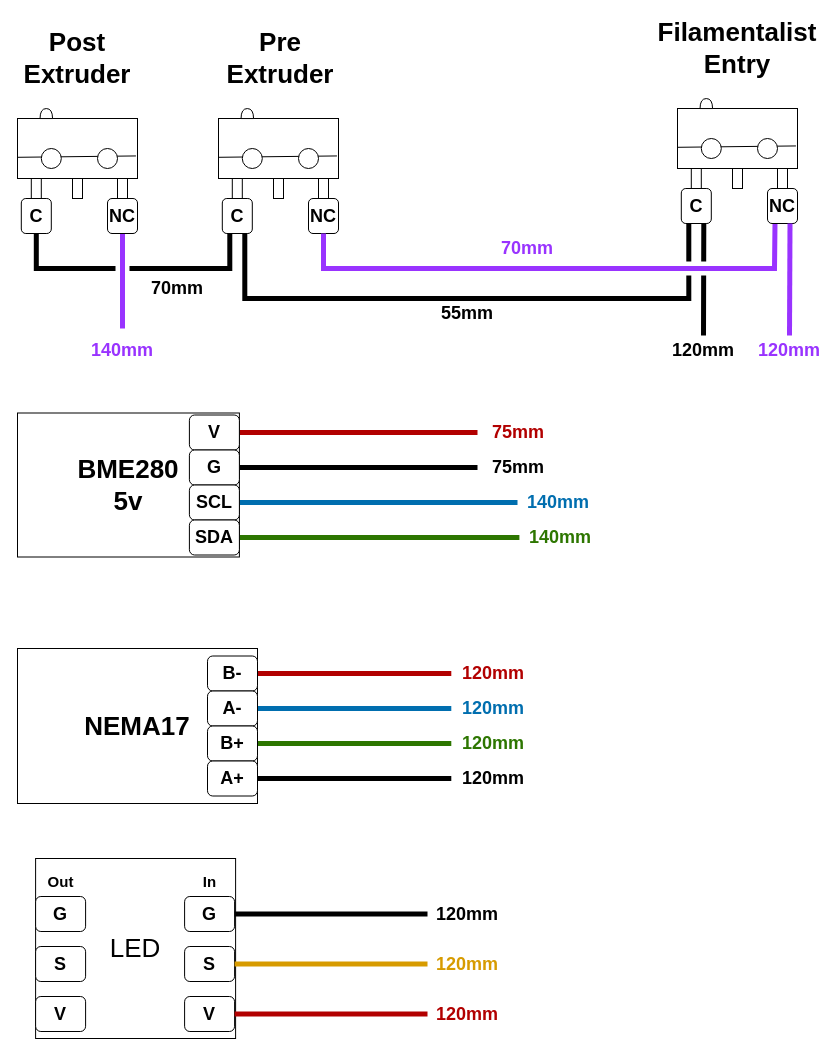
DW-Tas/EMU keeps this draw.io diagram as docs/assets/wiring_diagrams/EMU DIY Hatch wiring dimensions.drawio. Above is the earlier version. Source tidied: cells renumbered, new cells numbered last; positions are measured from the earlier drawing's top-left corner, leaving out a move shared by most shapes. Both pictures are drawn from the tidied source at 100%, with x=0, y=0 at pixel (17, 18).
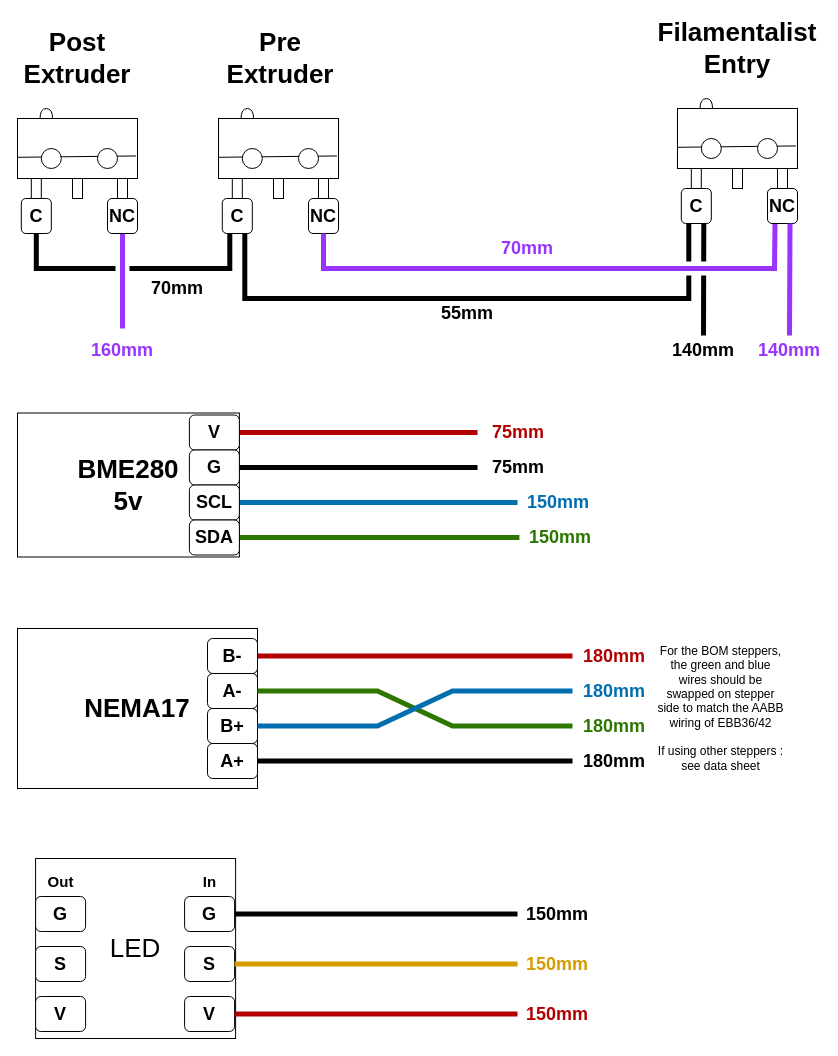
The same page after the edit.

Commit message (it also covers changes not shown here):
Wiring dimensions - Update motor wiring

The edit, as a diff of the source:
```diff
@@
-    <mxCell id="13" value="140mm" style="text;html=1;whiteSpace=wrap;strokeColor=none;fillColor=none;align=center;verticalAlign=middle;rounded=0;fontColor=light-dark(#006eaf, #ededed);fontSize=18;fontStyle=1;spacing=2;spacingLeft=0;" parent="1" vertex="1">
+    <mxCell id="13" value="150mm" style="text;html=1;whiteSpace=wrap;strokeColor=none;fillColor=none;align=center;verticalAlign=middle;rounded=0;fontColor=light-dark(#006eaf, #ededed);fontSize=18;fontStyle=1;spacing=2;spacingLeft=0;" parent="1" vertex="1">
       <mxGeometry x="500" y="469" width="81.9" height="30" as="geometry" />
     </mxCell>
-    <mxCell id="14" value="140mm" style="text;html=1;whiteSpace=wrap;strokeColor=none;fillColor=none;align=center;verticalAlign=middle;rounded=0;fontColor=light-dark(#2d7600, #ededed);fontSize=18;fontStyle=1;spacing=2;spacingLeft=0;" parent="1" vertex="1">
+    <mxCell id="14" value="150mm" style="text;html=1;whiteSpace=wrap;strokeColor=none;fillColor=none;align=center;verticalAlign=middle;rounded=0;fontColor=light-dark(#2d7600, #ededed);fontSize=18;fontStyle=1;spacing=2;spacingLeft=0;" parent="1" vertex="1">
       <mxGeometry x="501.9" y="504" width="81.9" height="30" as="geometry" />
     </mxCell>
@@
-    <mxCell id="57" value="120mm" style="text;html=1;whiteSpace=wrap;align=center;verticalAlign=middle;rounded=0;fontColor=#9933FF;fontSize=18;fontStyle=1;" parent="1" vertex="1">
+    <mxCell id="57" value="140mm" style="text;html=1;whiteSpace=wrap;align=center;verticalAlign=middle;rounded=0;fontColor=#9933FF;fontSize=18;fontStyle=1;" parent="1" vertex="1">
       <mxGeometry x="742" y="317" width="60" height="30" as="geometry" />
     </mxCell>
-    <mxCell id="58" value="140mm" style="text;html=1;whiteSpace=wrap;align=center;verticalAlign=middle;rounded=0;fontColor=#9933FF;fontSize=18;fontStyle=1;" parent="1" vertex="1">
+    <mxCell id="58" value="160mm" style="text;html=1;whiteSpace=wrap;align=center;verticalAlign=middle;rounded=0;fontColor=#9933FF;fontSize=18;fontStyle=1;" parent="1" vertex="1">
       <mxGeometry x="75" y="317" width="60" height="30" as="geometry" />
     </mxCell>
@@
-    <mxCell id="61" value="120mm" style="text;html=1;whiteSpace=wrap;strokeColor=none;fillColor=none;align=center;verticalAlign=middle;rounded=0;fontSize=18;fontStyle=1;" parent="1" vertex="1">
+    <mxCell id="61" value="140mm" style="text;html=1;whiteSpace=wrap;strokeColor=none;fillColor=none;align=center;verticalAlign=middle;rounded=0;fontSize=18;fontStyle=1;" parent="1" vertex="1">
       <mxGeometry x="656" y="317" width="60" height="30" as="geometry" />
     </mxCell>
@@
-    <mxCell id="64" value="&lt;font&gt;&lt;b&gt;NEMA17&lt;/b&gt;&lt;/font&gt;" style="rounded=0;whiteSpace=wrap;html=1;fontSize=26;" parent="1" vertex="1">
-      <mxGeometry y="630" width="240" height="155" as="geometry" />
-    </mxCell>
@@
-    <mxCell id="77" style="rounded=0;jettySize=auto;html=1;strokeColor=#006EAF;strokeWidth=5;align=center;verticalAlign=middle;fontFamily=Helvetica;fontSize=11;fontColor=default;labelBackgroundColor=default;endArrow=none;endFill=0;fillColor=#1ba1e2;jumpStyle=gap;exitX=1;exitY=0.5;exitDx=0;exitDy=0;entryX=0;entryY=0.5;entryDx=0;entryDy=0;" parent="1" edge="1" source="89" target="82">
-      <mxGeometry relative="1" as="geometry" />
-    </mxCell>
-    <mxCell id="78" style="rounded=0;jettySize=auto;html=1;endArrow=none;endFill=0;strokeWidth=5;jumpStyle=gap;exitX=1;exitY=0.5;exitDx=0;exitDy=0;entryX=0;entryY=0.5;entryDx=0;entryDy=0;" parent="1" edge="1" source="91" target="81">
-      <mxGeometry relative="1" as="geometry" />
-    </mxCell>
-    <mxCell id="79" style="rounded=0;jettySize=auto;html=1;strokeColor=#B20000;strokeWidth=5;align=center;verticalAlign=middle;fontFamily=Helvetica;fontSize=11;fontColor=default;labelBackgroundColor=default;endArrow=none;endFill=0;fillColor=#e51400;jumpStyle=gap;entryX=0;entryY=0.5;entryDx=0;entryDy=0;exitX=1;exitY=0.5;exitDx=0;exitDy=0;" parent="1" edge="1" source="88" target="80">
-      <mxGeometry relative="1" as="geometry" />
-    </mxCell>
-    <mxCell id="80" value="120mm" style="text;html=1;whiteSpace=wrap;strokeColor=none;fillColor=none;align=center;verticalAlign=middle;rounded=0;fontColor=light-dark(#b20000, #ededed);fontSize=18;fontStyle=1;spacingLeft=0;" parent="1" vertex="1">
-      <mxGeometry x="433.8" y="640" width="83.8" height="30" as="geometry" />
-    </mxCell>
-    <mxCell id="81" value="120mm" style="text;html=1;whiteSpace=wrap;strokeColor=none;fillColor=none;align=center;verticalAlign=middle;rounded=0;fontColor=default;fontSize=18;fontStyle=1;spacingLeft=0;" parent="1" vertex="1">
-      <mxGeometry x="433.8" y="745" width="83.8" height="30" as="geometry" />
-    </mxCell>
-    <mxCell id="82" value="120mm" style="text;html=1;whiteSpace=wrap;strokeColor=none;fillColor=none;align=center;verticalAlign=middle;rounded=0;fontColor=light-dark(#006eaf, #ededed);fontSize=18;fontStyle=1;spacingLeft=0;" parent="1" vertex="1">
-      <mxGeometry x="433.8" y="675" width="83.8" height="30" as="geometry" />
-    </mxCell>
-    <mxCell id="83" style="rounded=0;jettySize=auto;html=1;strokeColor=light-dark(#2d7600, #51afe7);strokeWidth=5;align=center;verticalAlign=middle;fontFamily=Helvetica;fontSize=11;fontColor=default;labelBackgroundColor=default;endArrow=none;endFill=0;fillColor=#1ba1e2;jumpStyle=gap;exitX=1;exitY=0.5;exitDx=0;exitDy=0;entryX=0;entryY=0.5;entryDx=0;entryDy=0;" parent="1" edge="1" source="90" target="84">
-      <mxGeometry relative="1" as="geometry" />
-    </mxCell>
-    <mxCell id="84" value="120mm" style="text;html=1;whiteSpace=wrap;strokeColor=none;fillColor=none;align=center;verticalAlign=middle;rounded=0;fontColor=light-dark(#2d7600, #ededed);fontSize=18;fontStyle=1;spacingLeft=0;" parent="1" vertex="1">
-      <mxGeometry x="433.8" y="710" width="83.8" height="30" as="geometry" />
-    </mxCell>
-    <mxCell id="85" value="120mm" style="text;html=1;whiteSpace=wrap;strokeColor=none;fillColor=none;align=center;verticalAlign=middle;rounded=0;fontColor=light-dark(#000000,#EDEDED);fontSize=18;fontStyle=1;spacingLeft=0;" parent="1" vertex="1">
-      <mxGeometry x="410" y="880.5" width="80" height="30" as="geometry" />
+    <mxCell id="85" value="150mm" style="text;html=1;whiteSpace=wrap;strokeColor=none;fillColor=none;align=center;verticalAlign=middle;rounded=0;fontColor=light-dark(#000000,#EDEDED);fontSize=18;fontStyle=1;spacingLeft=0;" parent="1" vertex="1">
+      <mxGeometry x="500" y="880.5" width="80" height="30" as="geometry" />
     </mxCell>
-    <mxCell id="86" value="120mm" style="text;html=1;whiteSpace=wrap;strokeColor=none;fillColor=none;align=center;verticalAlign=middle;rounded=0;fontColor=light-dark(#b20000, #ededed);fontSize=18;fontStyle=1;spacingLeft=0;" parent="1" vertex="1">
-      <mxGeometry x="410" y="980.5" width="80" height="30" as="geometry" />
+    <mxCell id="86" value="150mm" style="text;html=1;whiteSpace=wrap;strokeColor=none;fillColor=none;align=center;verticalAlign=middle;rounded=0;fontColor=light-dark(#b20000, #ededed);fontSize=18;fontStyle=1;spacingLeft=0;" parent="1" vertex="1">
+      <mxGeometry x="500" y="980.5" width="80" height="30" as="geometry" />
     </mxCell>
-    <mxCell id="87" value="120mm" style="text;html=1;whiteSpace=wrap;strokeColor=none;fillColor=none;align=center;verticalAlign=middle;rounded=0;fontColor=light-dark(#d79b00, #ededed);fontSize=18;fontStyle=1;spacingLeft=0;" parent="1" vertex="1">
-      <mxGeometry x="410" y="930.5" width="80" height="30" as="geometry" />
+    <mxCell id="87" value="150mm" style="text;html=1;whiteSpace=wrap;strokeColor=none;fillColor=none;align=center;verticalAlign=middle;rounded=0;fontColor=light-dark(#d79b00, #ededed);fontSize=18;fontStyle=1;spacingLeft=0;" parent="1" vertex="1">
+      <mxGeometry x="500" y="930.5" width="80" height="30" as="geometry" />
     </mxCell>
+    <mxCell id="64" value="&lt;font&gt;&lt;b&gt;NEMA17&lt;/b&gt;&lt;/font&gt;" style="rounded=0;whiteSpace=wrap;html=1;fontSize=26;" parent="1" vertex="1">
+      <mxGeometry y="610" width="240" height="160" as="geometry" />
+    </mxCell>
+    <mxCell id="92" style="rounded=0;jettySize=auto;html=1;endArrow=none;endFill=0;strokeWidth=5;jumpStyle=gap;exitX=1;exitY=0.5;exitDx=0;exitDy=0;entryX=0;entryY=0.5;entryDx=0;entryDy=0;" parent="1" edge="1" source="91" target="95">
+      <mxGeometry relative="1" as="geometry" />
+    </mxCell>
+    <mxCell id="93" style="rounded=0;jettySize=auto;html=1;strokeColor=#B20000;strokeWidth=5;align=center;verticalAlign=middle;fontFamily=Helvetica;fontSize=11;fontColor=default;labelBackgroundColor=default;endArrow=none;endFill=0;fillColor=#e51400;jumpStyle=gap;entryX=0;entryY=0.5;entryDx=0;entryDy=0;exitX=1;exitY=0.5;exitDx=0;exitDy=0;" parent="1" edge="1" source="88" target="94">
+      <mxGeometry relative="1" as="geometry" />
+    </mxCell>
+    <mxCell id="94" value="180mm" style="text;html=1;whiteSpace=wrap;strokeColor=none;fillColor=none;align=center;verticalAlign=middle;rounded=0;fontColor=light-dark(#b20000, #ededed);fontSize=18;fontStyle=1;spacingLeft=0;" parent="1" vertex="1">
+      <mxGeometry x="555" y="622.5" width="83.8" height="30" as="geometry" />
+    </mxCell>
+    <mxCell id="95" value="180mm" style="text;html=1;whiteSpace=wrap;strokeColor=none;fillColor=none;align=center;verticalAlign=middle;rounded=0;fontColor=default;fontSize=18;fontStyle=1;spacingLeft=0;" parent="1" vertex="1">
+      <mxGeometry x="555" y="727.5" width="83.8" height="30" as="geometry" />
+    </mxCell>
+    <mxCell id="96" value="180mm" style="text;html=1;whiteSpace=wrap;strokeColor=none;fillColor=none;align=center;verticalAlign=middle;rounded=0;fontColor=light-dark(#006eaf, #ededed);fontSize=18;fontStyle=1;spacingLeft=0;" parent="1" vertex="1">
+      <mxGeometry x="555" y="657.5" width="83.8" height="30" as="geometry" />
+    </mxCell>
+    <mxCell id="97" value="180mm" style="text;html=1;whiteSpace=wrap;strokeColor=none;fillColor=none;align=center;verticalAlign=middle;rounded=0;fontColor=light-dark(#2d7600, #ededed);fontSize=18;fontStyle=1;spacingLeft=0;" parent="1" vertex="1">
+      <mxGeometry x="555" y="692.5" width="83.8" height="30" as="geometry" />
+    </mxCell>
     <mxCell id="88" value="B-" style="rounded=1;whiteSpace=wrap;html=1;fontStyle=1;fontSize=18;" parent="1" vertex="1">
-      <mxGeometry x="190" y="637.5" width="50" height="35" as="geometry" />
+      <mxGeometry x="190" y="620" width="50" height="35" as="geometry" />
     </mxCell>
     <mxCell id="89" value="A-" style="rounded=1;whiteSpace=wrap;html=1;fontStyle=1;fontSize=18;" parent="1" vertex="1">
-      <mxGeometry x="190" y="672.5" width="50" height="35" as="geometry" />
+      <mxGeometry x="190" y="655" width="50" height="35" as="geometry" />
     </mxCell>
     <mxCell id="90" value="B+" style="rounded=1;whiteSpace=wrap;html=1;fontStyle=1;fontSize=18;" parent="1" vertex="1">
-      <mxGeometry x="190" y="707.5" width="50" height="35" as="geometry" />
+      <mxGeometry x="190" y="690" width="50" height="35" as="geometry" />
     </mxCell>
     <mxCell id="91" value="A+" style="rounded=1;whiteSpace=wrap;html=1;fontStyle=1;fontSize=18;" parent="1" vertex="1">
-      <mxGeometry x="190" y="742.5" width="50" height="35" as="geometry" />
+      <mxGeometry x="190" y="725" width="50" height="35" as="geometry" />
     </mxCell>
+    <mxCell id="98" value="For the BOM steppers, the green and blue wires should be swapped on stepper side to match the AABB wiring of EBB36/42&lt;div&gt;&lt;div&gt;&lt;br&gt;&lt;div&gt;If using other steppers : see data sheet&lt;/div&gt;&lt;/div&gt;&lt;/div&gt;" style="text;html=1;whiteSpace=wrap;strokeColor=none;fillColor=none;align=center;verticalAlign=middle;rounded=0;" parent="1" vertex="1">
+      <mxGeometry x="638.8" y="610" width="128.8" height="160" as="geometry" />
+    </mxCell>
+    <mxCell id="99" style="edgeStyle=entityRelationEdgeStyle;fontSize=12;html=1;endArrow=none;startArrow=none;rounded=0;exitX=1;exitY=0.5;exitDx=0;exitDy=0;entryX=0;entryY=0.5;entryDx=0;entryDy=0;startFill=0;endFill=0;segment=120;strokeWidth=5;strokeColor=light-dark(#2d7600, #ededed);" parent="1" edge="1" source="89" target="97">
+      <mxGeometry relative="1" as="geometry" />
+    </mxCell>
+    <mxCell id="100" style="edgeStyle=entityRelationEdgeStyle;fontSize=12;html=1;endArrow=none;startArrow=none;rounded=0;exitX=1;exitY=0.5;exitDx=0;exitDy=0;entryX=0;entryY=0.5;entryDx=0;entryDy=0;startFill=0;endFill=0;segment=120;strokeWidth=5;strokeColor=light-dark(#006eaf, #ededed);" parent="1" edge="1" source="90" target="96">
+      <mxGeometry relative="1" as="geometry" />
+    </mxCell>
```
